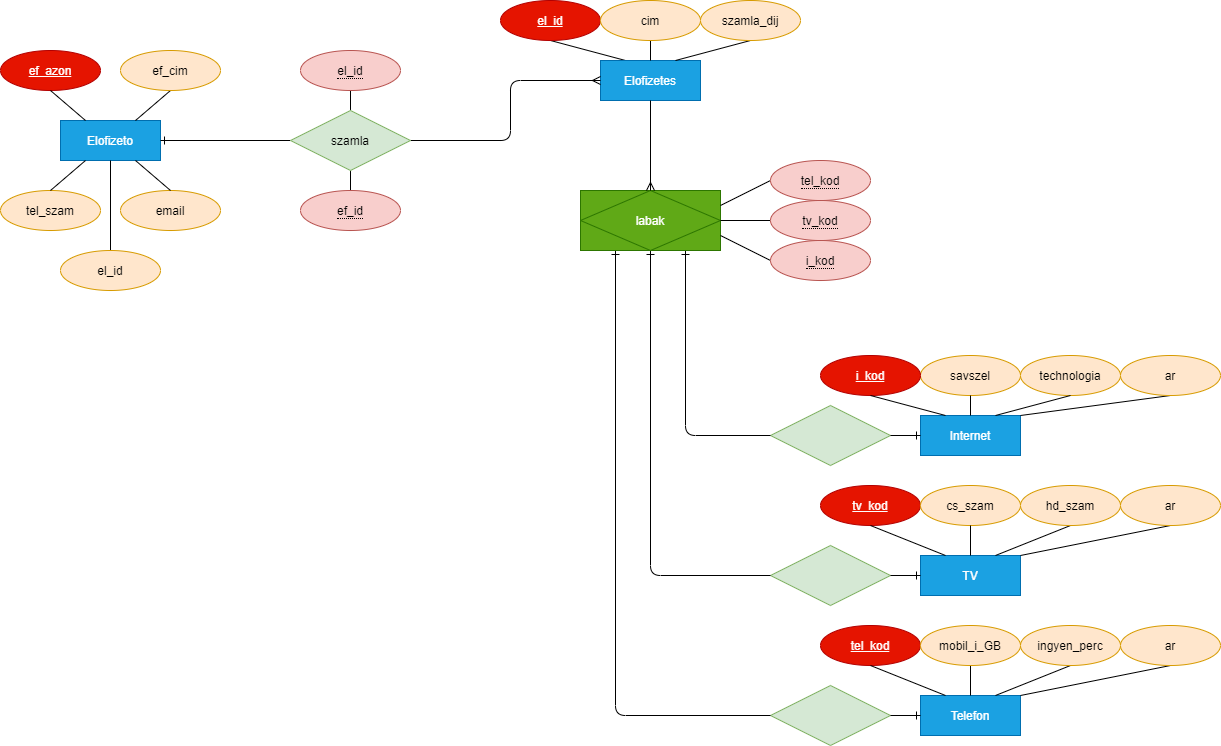
Before: DBSemTaskIIJU0Z/ERIIJU0Z.png, a diagram exported from draw.io (Enorbert1/IIJU0Z_DB1GYAK). Source tidied: cells renumbered, new cells last; positions are measured from the earlier drawing's top-left corner, leaving out a move shared by most shapes.
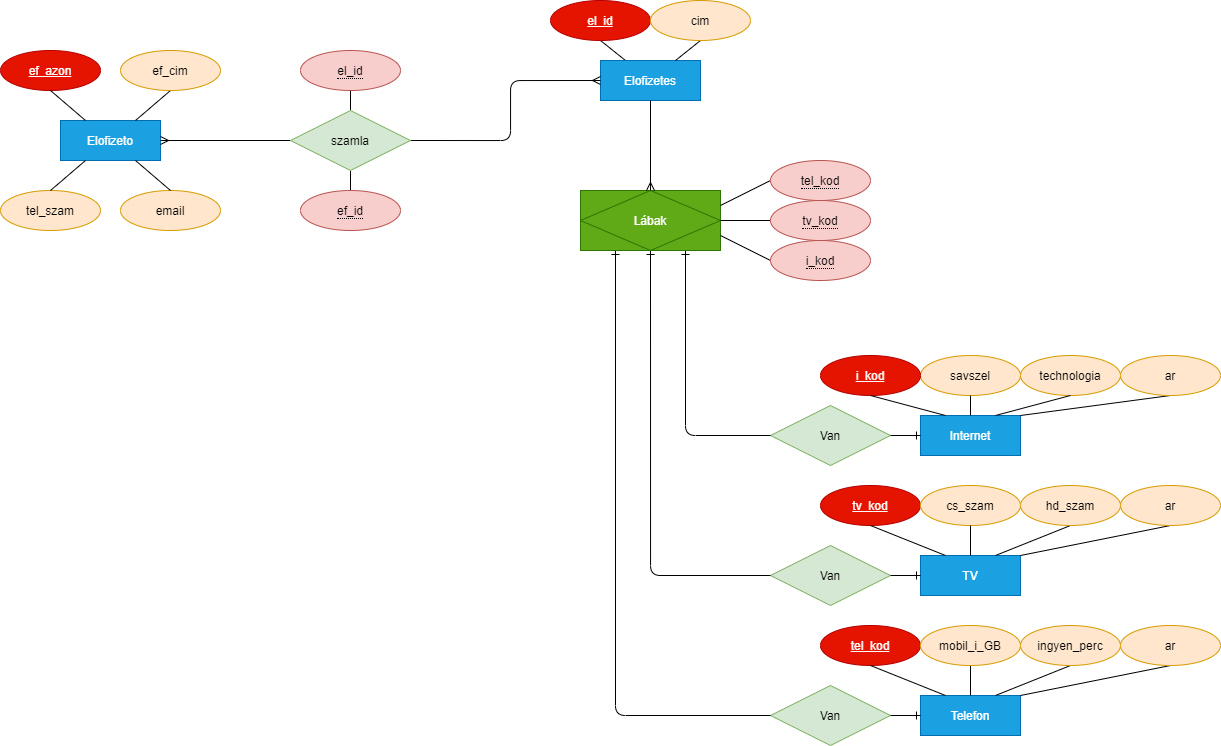
The same diagram one commit later.

What changed in the source:
```diff
@@ -26,13 +26,13 @@
     <mxCell id="9" style="endArrow=none;html=1;rounded=0;exitX=0.5;exitY=1;exitDx=0;exitDy=0;entryX=0.25;entryY=0;entryDx=0;entryDy=0;" parent="1" edge="1" source="3" target="2">
       <mxGeometry relative="1" as="geometry" />
     </mxCell>
-    <mxCell id="10" style="shape=rhombus;perimeter=rhombusPerimeter;whiteSpace=wrap;html=1;align=center;fillColor=#d5e8d4;strokeColor=#82b366;" parent="1" vertex="1">
+    <mxCell id="10" value="Van" style="shape=rhombus;perimeter=rhombusPerimeter;whiteSpace=wrap;html=1;align=center;fillColor=#d5e8d4;strokeColor=#82b366;" parent="1" vertex="1">
       <mxGeometry x="770" y="405" width="120" height="60" as="geometry" />
     </mxCell>
-    <mxCell id="11" style="shape=rhombus;perimeter=rhombusPerimeter;whiteSpace=wrap;html=1;align=center;fillColor=#d5e8d4;strokeColor=#82b366;" parent="1" vertex="1">
+    <mxCell id="11" value="Van" style="shape=rhombus;perimeter=rhombusPerimeter;whiteSpace=wrap;html=1;align=center;fillColor=#d5e8d4;strokeColor=#82b366;" parent="1" vertex="1">
       <mxGeometry x="770" y="545" width="120" height="60" as="geometry" />
     </mxCell>
-    <mxCell id="12" style="shape=rhombus;perimeter=rhombusPerimeter;whiteSpace=wrap;html=1;align=center;fillColor=#d5e8d4;strokeColor=#82b366;" parent="1" vertex="1">
+    <mxCell id="12" value="Van" style="shape=rhombus;perimeter=rhombusPerimeter;whiteSpace=wrap;html=1;align=center;fillColor=#d5e8d4;strokeColor=#82b366;" parent="1" vertex="1">
       <mxGeometry x="770" y="685" width="120" height="60" as="geometry" />
     </mxCell>
     <mxCell id="13" style="endArrow=ERone;html=1;rounded=1;entryX=0.75;entryY=1;entryDx=0;entryDy=0;exitX=0;exitY=0.5;exitDx=0;exitDy=0;startArrow=none;startFill=0;endFill=0;edgeStyle=orthogonalEdgeStyle;" parent="1" edge="1" source="10" target="34">
@@ -98,7 +98,7 @@
     <mxCell id="33" style="endArrow=none;html=1;rounded=0;exitX=0.25;exitY=0;exitDx=0;exitDy=0;entryX=0.5;entryY=1;entryDx=0;entryDy=0;" parent="1" edge="1" source="19" target="27">
       <mxGeometry relative="1" as="geometry" />
     </mxCell>
-    <mxCell id="34" value="labak" style="shape=associativeEntity;whiteSpace=wrap;html=1;align=center;fillColor=#60a917;fontColor=#ffffff;strokeColor=#2D7600;" parent="1" vertex="1">
+    <mxCell id="34" value="Lábak" style="shape=associativeEntity;whiteSpace=wrap;html=1;align=center;fillColor=#60a917;fontColor=#ffffff;strokeColor=#2D7600;" parent="1" vertex="1">
       <mxGeometry x="580" y="190" width="140" height="60" as="geometry" />
     </mxCell>
     <mxCell id="35" style="endArrow=none;html=1;rounded=0;entryX=0.5;entryY=1;entryDx=0;entryDy=0;exitX=0.5;exitY=0;exitDx=0;exitDy=0;" parent="1" edge="1" source="61" target="42">
@@ -108,7 +108,7 @@
       <mxGeometry relative="1" as="geometry" />
     </mxCell>
     <mxCell id="37" value="el_id" style="ellipse;whiteSpace=wrap;html=1;align=center;fontStyle=4;strokeColor=#B20000;fillColor=#e51400;fontColor=#ffffff;" parent="1" vertex="1">
-      <mxGeometry x="500" width="100" height="40" as="geometry" />
+      <mxGeometry x="550" width="100" height="40" as="geometry" />
     </mxCell>
     <mxCell id="38" value="Elofizetes" style="whiteSpace=wrap;html=1;align=center;fillColor=#1ba1e2;fontColor=#ffffff;strokeColor=#006EAF;" parent="1" vertex="1">
       <mxGeometry x="600" y="60" width="100" height="40" as="geometry" />
@@ -116,7 +116,7 @@
     <mxCell id="39" style="endArrow=none;html=1;rounded=0;entryX=0.5;entryY=1;entryDx=0;entryDy=0;exitX=0.5;exitY=0;exitDx=0;exitDy=0;startArrow=ERmany;startFill=0;endFill=0;" parent="1" edge="1" source="34" target="38">
       <mxGeometry relative="1" as="geometry" />
     </mxCell>
-    <mxCell id="40" style="edgeStyle=none;rounded=0;jettySize=auto;html=1;exitX=0;exitY=0.5;exitDx=0;exitDy=0;entryX=1;entryY=0.5;entryDx=0;entryDy=0;startArrow=none;startFill=0;endArrow=ERone;endFill=0;" parent="1" edge="1" source="42" target="2">
+    <mxCell id="40" style="edgeStyle=none;rounded=0;jettySize=auto;html=1;exitX=0;exitY=0.5;exitDx=0;exitDy=0;entryX=1;entryY=0.5;entryDx=0;entryDy=0;startArrow=none;startFill=0;endArrow=ERmany;endFill=0;" parent="1" edge="1" source="42" target="2">
       <mxGeometry relative="1" as="geometry" />
     </mxCell>
     <mxCell id="41" style="edgeStyle=orthogonalEdgeStyle;rounded=1;jettySize=auto;html=1;exitX=1;exitY=0.5;exitDx=0;exitDy=0;entryX=0;entryY=0.5;entryDx=0;entryDy=0;startArrow=none;startFill=0;endArrow=ERmany;endFill=0;" parent="1" edge="1" source="42" target="38">
@@ -172,15 +172,9 @@
     <mxCell id="56" value="ef_cim" style="ellipse;whiteSpace=wrap;html=1;align=center;strokeColor=#d79b00;fillColor=#ffe6cc;" parent="1" vertex="1">
       <mxGeometry x="120" y="50" width="100" height="40" as="geometry" />
     </mxCell>
-    <mxCell id="57" style="edgeStyle=none;rounded=0;jettySize=auto;html=1;exitX=0.5;exitY=1;exitDx=0;exitDy=0;entryX=0.5;entryY=0;entryDx=0;entryDy=0;startArrow=none;startFill=0;endArrow=none;endFill=0;" parent="1" edge="1" source="62" target="38">
+    <mxCell id="57" style="edgeStyle=none;rounded=0;jettySize=auto;html=1;exitX=0.5;exitY=1;exitDx=0;exitDy=0;entryX=0.75;entryY=0;entryDx=0;entryDy=0;startArrow=none;startFill=0;endArrow=none;endFill=0;" parent="1" edge="1" source="62" target="38">
       <mxGeometry relative="1" as="geometry" />
     </mxCell>
-    <mxCell id="58" style="edgeStyle=none;rounded=0;jettySize=auto;html=1;exitX=0.5;exitY=0;exitDx=0;exitDy=0;entryX=0.5;entryY=1;entryDx=0;entryDy=0;startArrow=none;startFill=0;endArrow=none;endFill=0;" parent="1" edge="1" source="59" target="2">
-      <mxGeometry relative="1" as="geometry" />
-    </mxCell>
-    <mxCell id="59" value="el_id" style="ellipse;whiteSpace=wrap;html=1;align=center;strokeColor=#d79b00;fillColor=#ffe6cc;" parent="1" vertex="1">
-      <mxGeometry x="60" y="250" width="100" height="40" as="geometry" />
-    </mxCell>
     <mxCell id="60" value="&lt;span style=&quot;border-bottom: 1px dotted&quot;&gt;el_id&lt;/span&gt;" style="ellipse;whiteSpace=wrap;html=1;align=center;fillColor=#f8cecc;strokeColor=#b85450;" parent="1" vertex="1">
       <mxGeometry x="300" y="50" width="100" height="40" as="geometry" />
     </mxCell>
@@ -188,14 +182,8 @@
       <mxGeometry x="300" y="190" width="100" height="40" as="geometry" />
     </mxCell>
     <mxCell id="62" value="cim" style="ellipse;whiteSpace=wrap;html=1;align=center;fillColor=#ffe6cc;strokeColor=#d79b00;" parent="1" vertex="1">
-      <mxGeometry x="600" width="100" height="40" as="geometry" />
+      <mxGeometry x="650" width="100" height="40" as="geometry" />
     </mxCell>
-    <mxCell id="63" style="edgeStyle=none;rounded=1;jettySize=auto;html=1;exitX=0.5;exitY=1;exitDx=0;exitDy=0;entryX=0.75;entryY=0;entryDx=0;entryDy=0;endArrow=none;endFill=0;" parent="1" edge="1" source="64" target="38">
-      <mxGeometry relative="1" as="geometry" />
-    </mxCell>
-    <mxCell id="64" value="szamla_dij" style="ellipse;whiteSpace=wrap;html=1;align=center;fillColor=#ffe6cc;strokeColor=#d79b00;" parent="1" vertex="1">
-      <mxGeometry x="700" width="100" height="40" as="geometry" />
-    </mxCell>
     <mxCell id="65" style="edgeStyle=none;rounded=1;jettySize=auto;html=1;exitX=0;exitY=0.5;exitDx=0;exitDy=0;entryX=1;entryY=0.25;entryDx=0;entryDy=0;endArrow=none;endFill=0;" parent="1" edge="1" source="66" target="34">
       <mxGeometry relative="1" as="geometry" />
     </mxCell>
```
